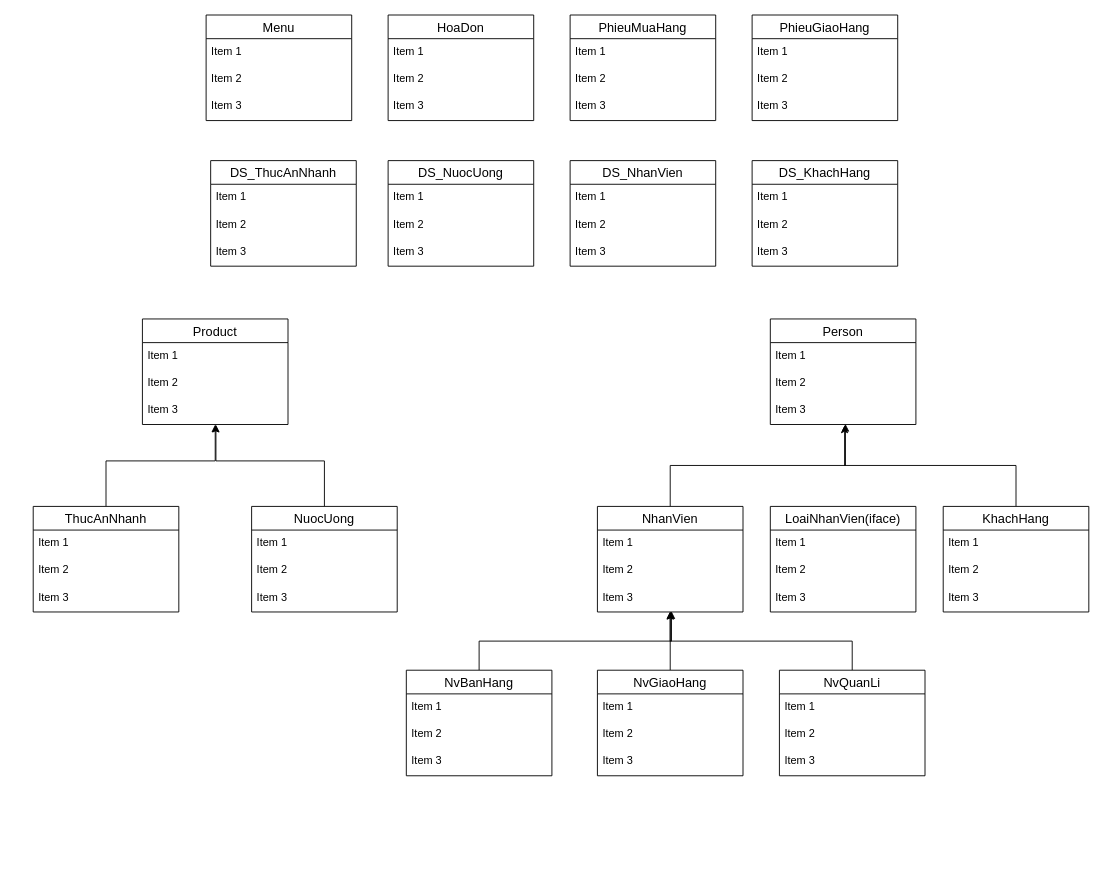
Before: UMLDiagram.drawio in EdgarIgnite16/Fast-food-store-Manager-OOP, a draw.io diagram. Source tidied: cells renumbered, new cells numbered last; positions are measured from the earlier drawing's top-left corner, leaving out a move shared by most shapes. Both pictures are drawn from the tidied source at 91%, with x=0, y=0 at pixel (33, 15).
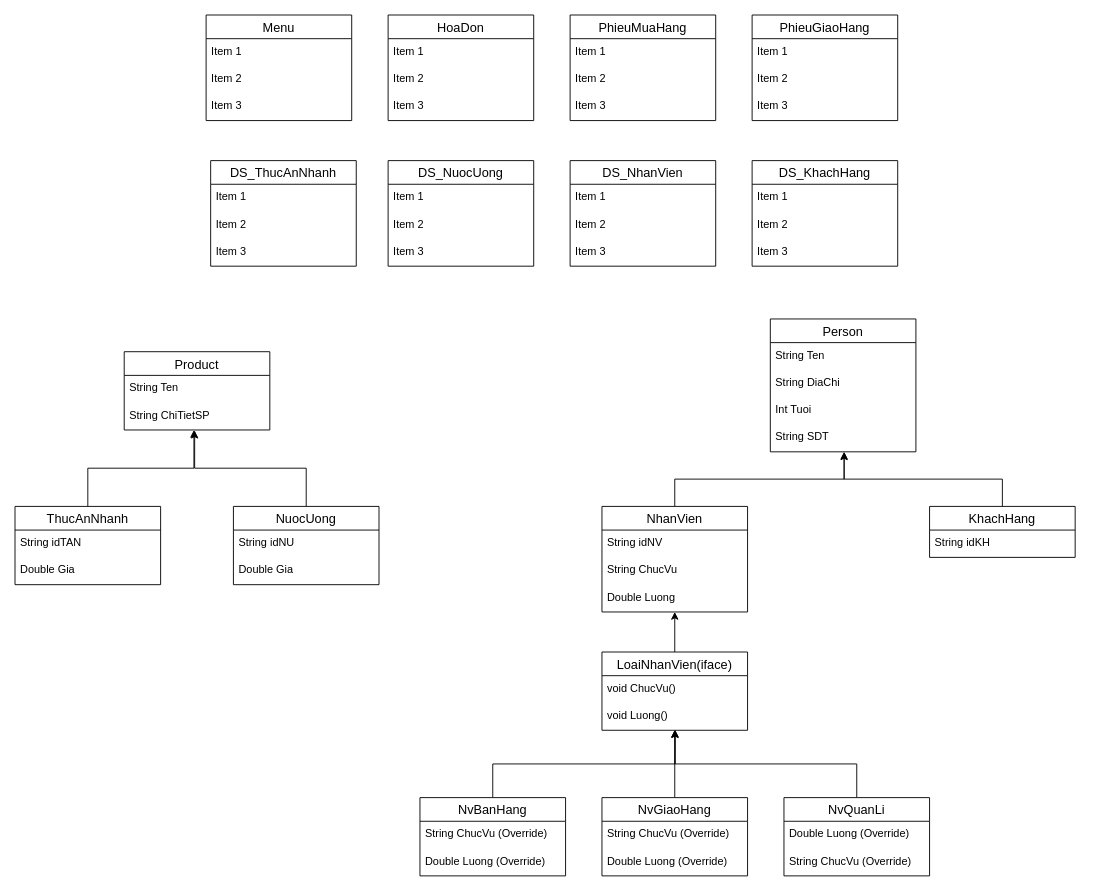
Above is the later version.

The edit, as a diff of the source:
```diff
@@
     <mxCell id="2" value="Product" style="swimlane;fontStyle=0;horizontal=1;startSize=26;align=center;fontSize=14;" parent="1" vertex="1">
-      <mxGeometry x="120" y="334" width="160" height="116" as="geometry" />
+      <mxGeometry x="100" y="370" width="160" height="86" as="geometry" />
     </mxCell>
-    <mxCell id="3" value="Item 1" style="text;strokeColor=none;fillColor=none;spacingLeft=4;spacingRight=4;overflow=hidden;fontSize=12;" parent="2" vertex="1">
-      <mxGeometry y="26" width="160" height="30" as="geometry" />
-    </mxCell>
-    <mxCell id="4" value="Item 2" style="text;strokeColor=none;fillColor=none;spacingLeft=4;spacingRight=4;overflow=hidden;fontSize=12;" parent="2" vertex="1">
-      <mxGeometry y="56" width="160" height="30" as="geometry" />
+    <mxCell id="4" value="String Ten" style="text;strokeColor=none;fillColor=none;spacingLeft=4;spacingRight=4;overflow=hidden;fontSize=12;" parent="2" vertex="1">
+      <mxGeometry y="26" width="160" height="30" as="geometry" />
     </mxCell>
-    <mxCell id="5" value="Item 3" style="text;strokeColor=none;fillColor=none;spacingLeft=4;spacingRight=4;overflow=hidden;points=[[0,0.5],[1,0.5]];portConstraint=eastwest;fontSize=12;" parent="2" vertex="1">
-      <mxGeometry y="86" width="160" height="30" as="geometry" />
-    </mxCell>
+    <mxCell id="81" value="String ChiTietSP" style="text;strokeColor=none;fillColor=none;spacingLeft=4;spacingRight=4;overflow=hidden;points=[[0,0.5],[1,0.5]];portConstraint=eastwest;fontSize=12;" parent="2" vertex="1">
+      <mxGeometry y="56" width="160" height="30" as="geometry" />
+    </mxCell>
@@
-    <mxCell id="18" style="edgeStyle=orthogonalEdgeStyle;rounded=0;jettySize=auto;html=1;exitX=0.5;exitY=0;exitDx=0;exitDy=0;" parent="1" edge="1" source="19" target="5">
-      <mxGeometry relative="1" as="geometry">
-        <Array as="points">
-          <mxPoint x="80" y="490" />
-          <mxPoint x="200" y="490" />
-        </Array>
-      </mxGeometry>
-    </mxCell>
+    <mxCell id="82" style="edgeStyle=orthogonalEdgeStyle;rounded=0;jettySize=auto;html=1;entryX=0.479;entryY=1;entryDx=0;entryDy=0;entryPerimeter=0;" parent="1" edge="1" source="19" target="81">
+      <mxGeometry relative="1" as="geometry" />
+    </mxCell>
     <mxCell id="19" value="ThucAnNhanh" style="swimlane;fontStyle=0;horizontal=1;startSize=26;align=center;fontSize=14;" parent="1" vertex="1">
-      <mxGeometry y="540" width="160" height="116" as="geometry" />
+      <mxGeometry x="-20" y="540" width="160" height="86" as="geometry" />
     </mxCell>
-    <mxCell id="20" value="Item 1" style="text;strokeColor=none;fillColor=none;spacingLeft=4;spacingRight=4;overflow=hidden;fontSize=12;" parent="19" vertex="1">
+    <mxCell id="20" value="String idTAN" style="text;strokeColor=none;fillColor=none;spacingLeft=4;spacingRight=4;overflow=hidden;fontSize=12;" parent="19" vertex="1">
       <mxGeometry y="26" width="160" height="30" as="geometry" />
     </mxCell>
-    <mxCell id="21" value="Item 2" style="text;strokeColor=none;fillColor=none;spacingLeft=4;spacingRight=4;overflow=hidden;fontSize=12;" parent="19" vertex="1">
+    <mxCell id="21" value="Double Gia" style="text;strokeColor=none;fillColor=none;spacingLeft=4;spacingRight=4;overflow=hidden;fontSize=12;" parent="19" vertex="1">
       <mxGeometry y="56" width="160" height="30" as="geometry" />
     </mxCell>
-    <mxCell id="22" value="Item 3" style="text;strokeColor=none;fillColor=none;spacingLeft=4;spacingRight=4;overflow=hidden;fontSize=12;" parent="19" vertex="1">
-      <mxGeometry y="86" width="160" height="30" as="geometry" />
-    </mxCell>
-    <mxCell id="23" style="edgeStyle=orthogonalEdgeStyle;rounded=0;jettySize=auto;html=1;entryX=0.505;entryY=1.006;entryDx=0;entryDy=0;entryPerimeter=0;" parent="1" edge="1" source="24" target="5">
-      <mxGeometry relative="1" as="geometry">
-        <Array as="points">
-          <mxPoint x="320" y="490" />
-          <mxPoint x="201" y="490" />
-        </Array>
-      </mxGeometry>
-    </mxCell>
+    <mxCell id="83" style="edgeStyle=orthogonalEdgeStyle;rounded=0;jettySize=auto;html=1;entryX=0.484;entryY=1.028;entryDx=0;entryDy=0;entryPerimeter=0;" parent="1" edge="1" source="24" target="81">
+      <mxGeometry relative="1" as="geometry" />
+    </mxCell>
     <mxCell id="24" value="NuocUong" style="swimlane;fontStyle=0;horizontal=1;startSize=26;align=center;fontSize=14;" parent="1" vertex="1">
-      <mxGeometry x="240" y="540" width="160" height="116" as="geometry" />
+      <mxGeometry x="220" y="540" width="160" height="86" as="geometry" />
     </mxCell>
-    <mxCell id="25" value="Item 1" style="text;strokeColor=none;fillColor=none;spacingLeft=4;spacingRight=4;overflow=hidden;fontSize=12;" parent="24" vertex="1">
-      <mxGeometry y="26" width="160" height="30" as="geometry" />
-    </mxCell>
-    <mxCell id="26" value="Item 2" style="text;strokeColor=none;fillColor=none;spacingLeft=4;spacingRight=4;overflow=hidden;fontSize=12;" parent="24" vertex="1">
-      <mxGeometry y="56" width="160" height="30" as="geometry" />
-    </mxCell>
-    <mxCell id="27" value="Item 3" style="text;strokeColor=none;fillColor=none;spacingLeft=4;spacingRight=4;overflow=hidden;fontSize=12;" parent="24" vertex="1">
-      <mxGeometry y="86" width="160" height="30" as="geometry" />
-    </mxCell>
+    <mxCell id="84" value="String idNU" style="text;strokeColor=none;fillColor=none;spacingLeft=4;spacingRight=4;overflow=hidden;fontSize=12;" parent="24" vertex="1">
+      <mxGeometry y="26" width="160" height="30" as="geometry" />
+    </mxCell>
+    <mxCell id="85" value="Double Gia" style="text;strokeColor=none;fillColor=none;spacingLeft=4;spacingRight=4;overflow=hidden;fontSize=12;" parent="24" vertex="1">
+      <mxGeometry y="56" width="160" height="30" as="geometry" />
+    </mxCell>
     <mxCell id="28" value="Person" style="swimlane;fontStyle=0;horizontal=1;startSize=26;align=center;fontSize=14;" parent="1" vertex="1">
-      <mxGeometry x="810" y="334" width="160" height="116" as="geometry" />
+      <mxGeometry x="810" y="334" width="160" height="146" as="geometry" />
     </mxCell>
-    <mxCell id="29" value="Item 1" style="text;strokeColor=none;fillColor=none;spacingLeft=4;spacingRight=4;overflow=hidden;fontSize=12;" parent="28" vertex="1">
+    <mxCell id="29" value="String Ten" style="text;strokeColor=none;fillColor=none;spacingLeft=4;spacingRight=4;overflow=hidden;fontSize=12;" parent="28" vertex="1">
       <mxGeometry y="26" width="160" height="30" as="geometry" />
     </mxCell>
-    <mxCell id="30" value="Item 2" style="text;strokeColor=none;fillColor=none;spacingLeft=4;spacingRight=4;overflow=hidden;fontSize=12;" parent="28" vertex="1">
+    <mxCell id="30" value="String DiaChi" style="text;strokeColor=none;fillColor=none;spacingLeft=4;spacingRight=4;overflow=hidden;fontSize=12;" parent="28" vertex="1">
       <mxGeometry y="56" width="160" height="30" as="geometry" />
     </mxCell>
-    <mxCell id="31" value="Item 3" style="text;strokeColor=none;fillColor=none;spacingLeft=4;spacingRight=4;overflow=hidden;points=[[0,0.5],[1,0.5]];portConstraint=eastwest;fontSize=12;" parent="28" vertex="1">
-      <mxGeometry y="86" width="160" height="30" as="geometry" />
-    </mxCell>
-    <mxCell id="32" style="edgeStyle=orthogonalEdgeStyle;rounded=0;jettySize=auto;html=1;entryX=0.516;entryY=0.978;entryDx=0;entryDy=0;entryPerimeter=0;" parent="1" edge="1" source="33" target="31">
-      <mxGeometry relative="1" as="geometry" />
-    </mxCell>
+    <mxCell id="86" value="Int Tuoi" style="text;strokeColor=none;fillColor=none;spacingLeft=4;spacingRight=4;overflow=hidden;fontSize=12;" parent="28" vertex="1">
+      <mxGeometry y="86" width="160" height="30" as="geometry" />
+    </mxCell>
+    <mxCell id="87" value="String SDT" style="text;strokeColor=none;fillColor=none;spacingLeft=4;spacingRight=4;overflow=hidden;points=[[0,0.5],[1,0.5]];portConstraint=eastwest;fontSize=12;" parent="28" vertex="1">
+      <mxGeometry y="116" width="160" height="30" as="geometry" />
+    </mxCell>
+    <mxCell id="88" style="edgeStyle=orthogonalEdgeStyle;rounded=0;jettySize=auto;html=1;entryX=0.507;entryY=1.02;entryDx=0;entryDy=0;entryPerimeter=0;" parent="1" edge="1" source="33" target="87">
+      <mxGeometry relative="1" as="geometry" />
+    </mxCell>
     <mxCell id="33" value="NhanVien" style="swimlane;fontStyle=0;horizontal=1;startSize=26;align=center;fontSize=14;" parent="1" vertex="1">
-      <mxGeometry x="620" y="540" width="160" height="116" as="geometry" />
+      <mxGeometry x="625" y="540" width="160" height="116" as="geometry" />
     </mxCell>
-    <mxCell id="34" value="Item 1" style="text;strokeColor=none;fillColor=none;spacingLeft=4;spacingRight=4;overflow=hidden;fontSize=12;" parent="33" vertex="1">
+    <mxCell id="34" value="String idNV" style="text;strokeColor=none;fillColor=none;spacingLeft=4;spacingRight=4;overflow=hidden;fontSize=12;" parent="33" vertex="1">
       <mxGeometry y="26" width="160" height="30" as="geometry" />
     </mxCell>
-    <mxCell id="35" value="Item 2" style="text;strokeColor=none;fillColor=none;spacingLeft=4;spacingRight=4;overflow=hidden;fontSize=12;" parent="33" vertex="1">
-      <mxGeometry y="56" width="160" height="30" as="geometry" />
-    </mxCell>
-    <mxCell id="36" value="Item 3" style="text;strokeColor=none;fillColor=none;spacingLeft=4;spacingRight=4;overflow=hidden;points=[[0,0.5],[1,0.5]];portConstraint=eastwest;fontSize=12;" parent="33" vertex="1">
-      <mxGeometry y="86" width="160" height="30" as="geometry" />
-    </mxCell>
-    <mxCell id="37" style="edgeStyle=orthogonalEdgeStyle;rounded=0;jettySize=auto;html=1;entryX=0.51;entryY=1.033;entryDx=0;entryDy=0;entryPerimeter=0;" parent="1" edge="1" source="38" target="31">
-      <mxGeometry relative="1" as="geometry" />
-    </mxCell>
+    <mxCell id="89" value="String ChucVu" style="text;strokeColor=none;fillColor=none;spacingLeft=4;spacingRight=4;overflow=hidden;fontSize=12;" parent="33" vertex="1">
+      <mxGeometry y="56" width="160" height="30" as="geometry" />
+    </mxCell>
+    <mxCell id="90" value="Double Luong" style="text;strokeColor=none;fillColor=none;spacingLeft=4;spacingRight=4;overflow=hidden;points=[[0,0.5],[1,0.5]];portConstraint=eastwest;fontSize=12;" parent="33" vertex="1">
+      <mxGeometry y="86" width="160" height="30" as="geometry" />
+    </mxCell>
+    <mxCell id="91" style="edgeStyle=orthogonalEdgeStyle;rounded=0;jettySize=auto;html=1;entryX=0.507;entryY=0.997;entryDx=0;entryDy=0;entryPerimeter=0;" parent="1" edge="1" source="38" target="87">
+      <mxGeometry relative="1" as="geometry" />
+    </mxCell>
     <mxCell id="38" value="KhachHang" style="swimlane;fontStyle=0;horizontal=1;startSize=26;align=center;fontSize=14;" parent="1" vertex="1">
-      <mxGeometry x="1000" y="540" width="160" height="116" as="geometry" />
+      <mxGeometry x="985" y="540" width="160" height="56" as="geometry" />
     </mxCell>
-    <mxCell id="39" value="Item 1" style="text;strokeColor=none;fillColor=none;spacingLeft=4;spacingRight=4;overflow=hidden;fontSize=12;" parent="38" vertex="1">
+    <mxCell id="39" value="String idKH" style="text;strokeColor=none;fillColor=none;spacingLeft=4;spacingRight=4;overflow=hidden;fontSize=12;" parent="38" vertex="1">
       <mxGeometry y="26" width="160" height="30" as="geometry" />
     </mxCell>
-    <mxCell id="40" value="Item 2" style="text;strokeColor=none;fillColor=none;spacingLeft=4;spacingRight=4;overflow=hidden;fontSize=12;" parent="38" vertex="1">
-      <mxGeometry y="56" width="160" height="30" as="geometry" />
-    </mxCell>
-    <mxCell id="41" value="Item 3" style="text;strokeColor=none;fillColor=none;spacingLeft=4;spacingRight=4;overflow=hidden;fontSize=12;" parent="38" vertex="1">
-      <mxGeometry y="86" width="160" height="30" as="geometry" />
-    </mxCell>
-    <mxCell id="42" style="edgeStyle=orthogonalEdgeStyle;rounded=0;jettySize=auto;html=1;entryX=0.509;entryY=0.974;entryDx=0;entryDy=0;entryPerimeter=0;" parent="1" edge="1" source="43" target="36">
-      <mxGeometry relative="1" as="geometry" />
-    </mxCell>
+    <mxCell id="92" style="edgeStyle=orthogonalEdgeStyle;rounded=0;jettySize=auto;html=1;entryX=0.502;entryY=0.996;entryDx=0;entryDy=0;entryPerimeter=0;endArrow=classic;endFill=1;" parent="1" edge="1" source="43" target="79">
+      <mxGeometry relative="1" as="geometry" />
+    </mxCell>
     <mxCell id="43" value="NvBanHang" style="swimlane;fontStyle=0;horizontal=1;startSize=26;align=center;fontSize=14;" parent="1" vertex="1">
-      <mxGeometry x="410" y="720" width="160" height="116" as="geometry" />
+      <mxGeometry x="425" y="860" width="160" height="86" as="geometry" />
     </mxCell>
-    <mxCell id="44" value="Item 1" style="text;strokeColor=none;fillColor=none;spacingLeft=4;spacingRight=4;overflow=hidden;fontSize=12;" parent="43" vertex="1">
-      <mxGeometry y="26" width="160" height="30" as="geometry" />
-    </mxCell>
-    <mxCell id="45" value="Item 2" style="text;strokeColor=none;fillColor=none;spacingLeft=4;spacingRight=4;overflow=hidden;fontSize=12;" parent="43" vertex="1">
-      <mxGeometry y="56" width="160" height="30" as="geometry" />
+    <mxCell id="45" value="String ChucVu (Override)" style="text;strokeColor=none;fillColor=none;spacingLeft=4;spacingRight=4;overflow=hidden;fontSize=12;" parent="43" vertex="1">
+      <mxGeometry y="26" width="160" height="30" as="geometry" />
     </mxCell>
-    <mxCell id="46" value="Item 3" style="text;strokeColor=none;fillColor=none;spacingLeft=4;spacingRight=4;overflow=hidden;fontSize=12;" parent="43" vertex="1">
-      <mxGeometry y="86" width="160" height="30" as="geometry" />
+    <mxCell id="46" value="Double Luong (Override)" style="text;strokeColor=none;fillColor=none;spacingLeft=4;spacingRight=4;overflow=hidden;fontSize=12;" parent="43" vertex="1">
+      <mxGeometry y="56" width="160" height="30" as="geometry" />
     </mxCell>
@@
-    <mxCell id="63" style="edgeStyle=orthogonalEdgeStyle;rounded=0;jettySize=auto;html=1;entryX=0.5;entryY=0.974;entryDx=0;entryDy=0;entryPerimeter=0;" parent="1" edge="1" source="64" target="36">
-      <mxGeometry relative="1" as="geometry" />
-    </mxCell>
+    <mxCell id="93" style="edgeStyle=orthogonalEdgeStyle;rounded=0;jettySize=auto;html=1;entryX=0.5;entryY=0.987;entryDx=0;entryDy=0;entryPerimeter=0;endArrow=classic;endFill=1;" parent="1" edge="1" source="64" target="79">
+      <mxGeometry relative="1" as="geometry" />
+    </mxCell>
     <mxCell id="64" value="NvGiaoHang" style="swimlane;fontStyle=0;horizontal=1;startSize=26;align=center;fontSize=14;" parent="1" vertex="1">
-      <mxGeometry x="620" y="720" width="160" height="116" as="geometry" />
+      <mxGeometry x="625" y="860" width="160" height="86" as="geometry" />
     </mxCell>
-    <mxCell id="65" value="Item 1" style="text;strokeColor=none;fillColor=none;spacingLeft=4;spacingRight=4;overflow=hidden;fontSize=12;" parent="64" vertex="1">
-      <mxGeometry y="26" width="160" height="30" as="geometry" />
-    </mxCell>
-    <mxCell id="66" value="Item 2" style="text;strokeColor=none;fillColor=none;spacingLeft=4;spacingRight=4;overflow=hidden;fontSize=12;" parent="64" vertex="1">
-      <mxGeometry y="56" width="160" height="30" as="geometry" />
-    </mxCell>
-    <mxCell id="67" value="Item 3" style="text;strokeColor=none;fillColor=none;spacingLeft=4;spacingRight=4;overflow=hidden;fontSize=12;" parent="64" vertex="1">
-      <mxGeometry y="86" width="160" height="30" as="geometry" />
-    </mxCell>
-    <mxCell id="68" style="edgeStyle=orthogonalEdgeStyle;rounded=0;jettySize=auto;html=1;entryX=0.5;entryY=0.997;entryDx=0;entryDy=0;entryPerimeter=0;" parent="1" edge="1" source="69" target="36">
-      <mxGeometry relative="1" as="geometry" />
-    </mxCell>
+    <mxCell id="94" value="String ChucVu (Override)" style="text;strokeColor=none;fillColor=none;spacingLeft=4;spacingRight=4;overflow=hidden;fontSize=12;" parent="64" vertex="1">
+      <mxGeometry y="26" width="160" height="30" as="geometry" />
+    </mxCell>
+    <mxCell id="95" value="Double Luong (Override)" style="text;strokeColor=none;fillColor=none;spacingLeft=4;spacingRight=4;overflow=hidden;fontSize=12;" parent="64" vertex="1">
+      <mxGeometry y="56" width="160" height="30" as="geometry" />
+    </mxCell>
+    <mxCell id="96" style="edgeStyle=orthogonalEdgeStyle;rounded=0;jettySize=auto;html=1;entryX=0.502;entryY=0.978;entryDx=0;entryDy=0;entryPerimeter=0;endArrow=classic;endFill=1;" parent="1" edge="1" source="69" target="79">
+      <mxGeometry relative="1" as="geometry" />
+    </mxCell>
-    <mxCell id="69" value="NvQuanLi" style="swimlane;fontStyle=0;horizontal=1;startSize=26;align=center;fontSize=14;" parent="1" vertex="1">
-      <mxGeometry x="820" y="720" width="160" height="116" as="geometry" />
+    <mxCell id="69" value="NvQuanLi" style="swimlane;fontStyle=0;horizontal=1;startSize=26;align=center;fontSize=14;swimlaneFillColor=default;" parent="1" vertex="1">
+      <mxGeometry x="825" y="860" width="160" height="86" as="geometry" />
     </mxCell>
-    <mxCell id="70" value="Item 1" style="text;strokeColor=none;fillColor=none;spacingLeft=4;spacingRight=4;overflow=hidden;fontSize=12;" parent="69" vertex="1">
-      <mxGeometry y="26" width="160" height="30" as="geometry" />
-    </mxCell>
-    <mxCell id="71" value="Item 2" style="text;strokeColor=none;fillColor=none;spacingLeft=4;spacingRight=4;overflow=hidden;fontSize=12;" parent="69" vertex="1">
-      <mxGeometry y="56" width="160" height="30" as="geometry" />
-    </mxCell>
-    <mxCell id="72" value="Item 3" style="text;strokeColor=none;fillColor=none;spacingLeft=4;spacingRight=4;overflow=hidden;fontSize=12;" parent="69" vertex="1">
-      <mxGeometry y="86" width="160" height="30" as="geometry" />
-    </mxCell>
+    <mxCell id="97" value="Double Luong (Override)" style="text;strokeColor=none;fillColor=none;spacingLeft=4;spacingRight=4;overflow=hidden;fontSize=12;" parent="69" vertex="1">
+      <mxGeometry y="26" width="160" height="30" as="geometry" />
+    </mxCell>
+    <mxCell id="98" value="String ChucVu (Override)" style="text;strokeColor=none;fillColor=none;spacingLeft=4;spacingRight=4;overflow=hidden;fontSize=12;" parent="69" vertex="1">
+      <mxGeometry y="56" width="160" height="30" as="geometry" />
+    </mxCell>
@@
+    <mxCell id="99" style="edgeStyle=orthogonalEdgeStyle;rounded=0;jettySize=auto;html=1;entryX=0.5;entryY=1;entryDx=0;entryDy=0;entryPerimeter=0;endArrow=classic;endFill=1;" parent="1" edge="1" source="77" target="90">
+      <mxGeometry relative="1" as="geometry" />
+    </mxCell>
     <mxCell id="77" value="LoaiNhanVien(iface)" style="swimlane;fontStyle=0;horizontal=1;startSize=26;align=center;fontSize=14;" parent="1" vertex="1">
-      <mxGeometry x="810" y="540" width="160" height="116" as="geometry" />
+      <mxGeometry x="625" y="700" width="160" height="86" as="geometry" />
     </mxCell>
-    <mxCell id="78" value="Item 1" style="text;strokeColor=none;fillColor=none;spacingLeft=4;spacingRight=4;overflow=hidden;fontSize=12;" parent="77" vertex="1">
+    <mxCell id="78" value="void ChucVu()" style="text;strokeColor=none;fillColor=none;spacingLeft=4;spacingRight=4;overflow=hidden;fontSize=12;" parent="77" vertex="1">
       <mxGeometry y="26" width="160" height="30" as="geometry" />
     </mxCell>
-    <mxCell id="79" value="Item 2" style="text;strokeColor=none;fillColor=none;spacingLeft=4;spacingRight=4;overflow=hidden;points=[[0,0.5],[1,0.5]];portConstraint=eastwest;fontSize=12;" parent="77" vertex="1">
+    <mxCell id="79" value="void Luong()" style="text;strokeColor=none;fillColor=none;spacingLeft=4;spacingRight=4;overflow=hidden;points=[[0,0.5],[1,0.5]];portConstraint=eastwest;fontSize=12;" parent="77" vertex="1">
       <mxGeometry y="56" width="160" height="30" as="geometry" />
     </mxCell>
-    <mxCell id="80" value="Item 3" style="text;strokeColor=none;fillColor=none;spacingLeft=4;spacingRight=4;overflow=hidden;fontSize=12;" parent="77" vertex="1">
-      <mxGeometry y="86" width="160" height="30" as="geometry" />
-    </mxCell>
```
